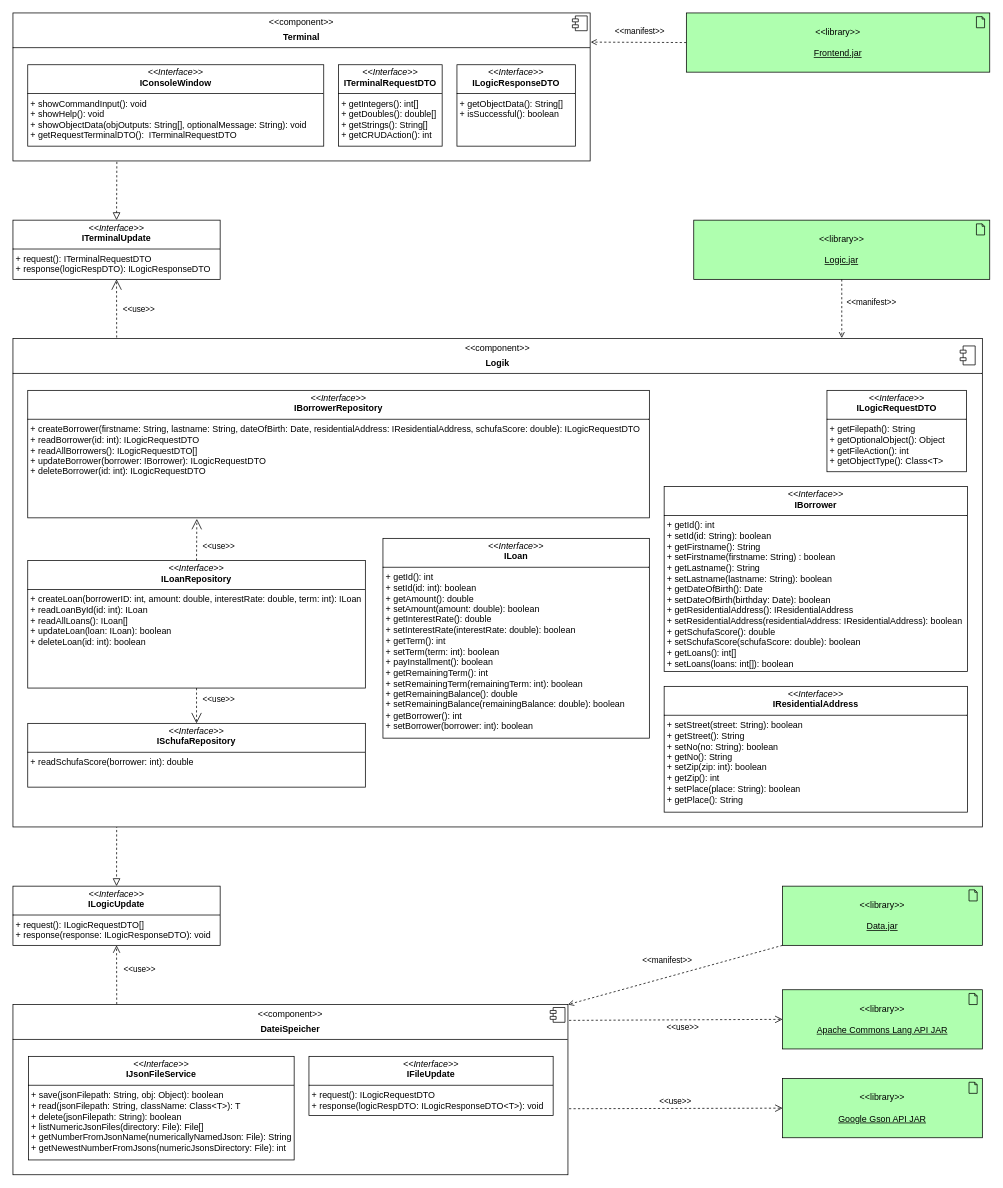
The draw.io diagram artifact/UML_Component_Diagram.drawio in ThirdRealityStudios/avss_praktikum_2026, before the edit. Source tidied: cells renumbered, new cells numbered last; positions are measured from the earlier drawing's top-left corner, leaving out a move shared by most shapes. Both pictures are drawn from the tidied source at 74%, with x=0, y=0 at pixel (13, 13).
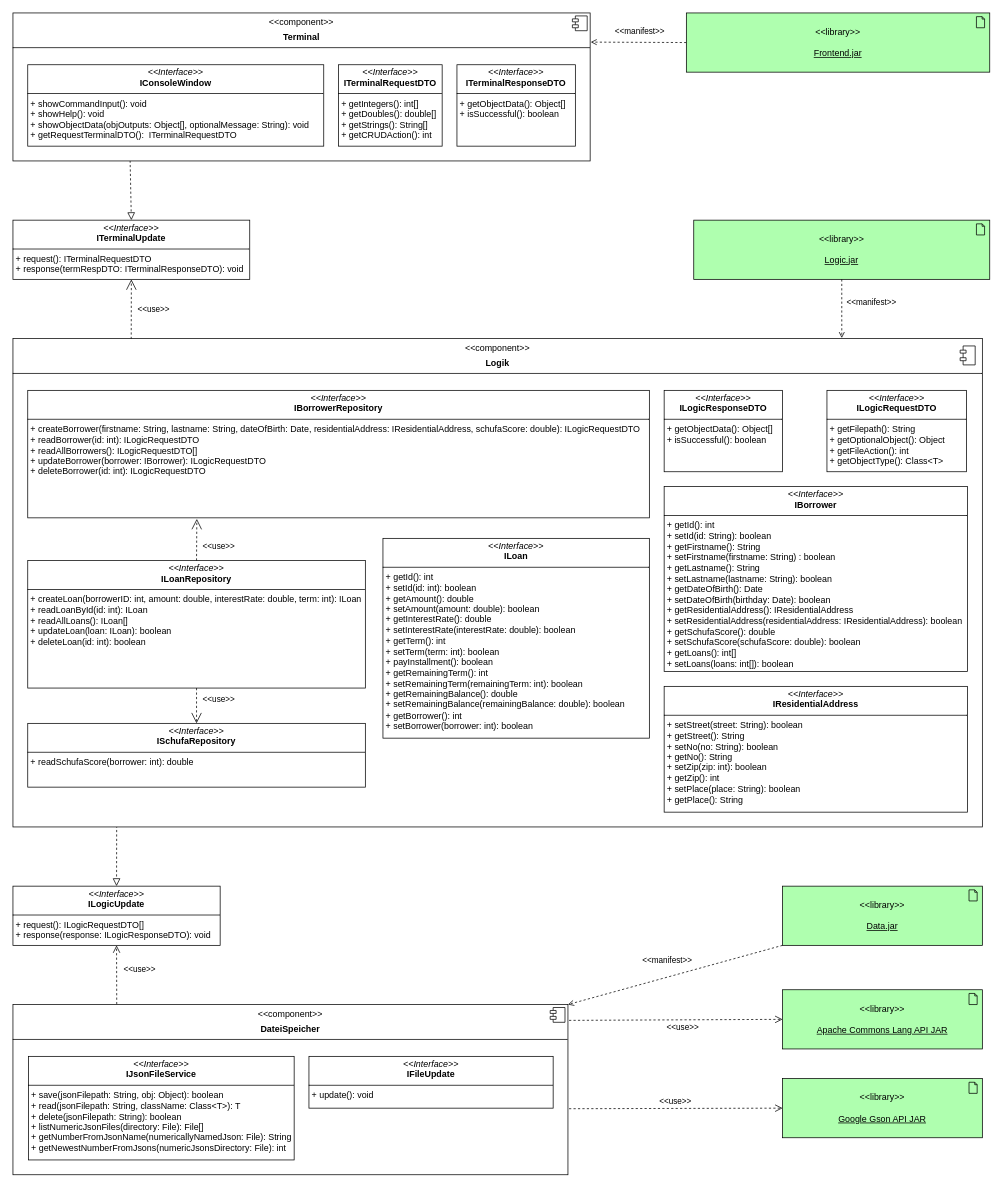
The same diagram, later.

Commit message (it also covers changes not shown here):
Updated UML diagrams

Unchanged cells that the change refers to:
```xml
<mxCell id="18" style="group;" parent="1" vertex="1">
  <mxGeometry y="440" width="1310" height="660" as="geometry" />
</mxCell>
<mxCell id="19" value="&lt;p style=&quot;margin:0px;margin-top:6px;text-align:center;&quot;&gt;&amp;lt;&amp;lt;component&amp;gt;&amp;gt;&lt;/p&gt;&lt;p style=&quot;margin:0px;margin-top:6px;text-align:center;&quot;&gt;&lt;b&gt;Logik&lt;/b&gt;&lt;/p&gt;&lt;hr size=&quot;1&quot; style=&quot;border-style:solid;&quot;&gt;&lt;p style=&quot;margin:0px;margin-left:8px;&quot;&gt;&lt;br&gt;&lt;/p&gt;" style="align=left;overflow=fill;html=1;whiteSpace=wrap;" parent="18" vertex="1">
  <mxGeometry width="1310" height="660" as="geometry" />
</mxCell>
<mxCell id="31" style="group;" parent="1" vertex="1">
  <mxGeometry y="1340" width="750" height="230" as="geometry" />
</mxCell>
<mxCell id="36" value="&lt;p style=&quot;margin:0px;margin-top:6px;text-align:center;&quot;&gt;&amp;lt;&amp;lt;component&amp;gt;&amp;gt;&lt;b&gt;&lt;/b&gt;&lt;/p&gt;&lt;p style=&quot;margin:0px;margin-top:6px;text-align:center;&quot;&gt;&lt;b&gt;Terminal&lt;/b&gt;&lt;/p&gt;&lt;hr size=&quot;1&quot; style=&quot;border-style:solid;&quot;&gt;&lt;p style=&quot;margin:0px;margin-left:8px;&quot;&gt;&lt;br&gt;&lt;/p&gt;" style="align=left;overflow=fill;html=1;whiteSpace=wrap;" parent="1" vertex="1">
  <mxGeometry width="780" height="200" as="geometry" />
</mxCell>
```

The edit, as a diff of the source:
```diff
@@
-    <mxCell id="10" style="endArrow=block;startArrow=none;endFill=0;startFill=0;endSize=8;html=1;verticalAlign=bottom;dashed=1;labelBackgroundColor=none;rounded=0;entryX=0.5;entryY=0;entryDx=0;entryDy=0;exitX=0.18;exitY=1.006;exitDx=0;exitDy=0;exitPerimeter=0;" parent="1" edge="1" source="36" target="16">
+    <mxCell id="10" style="endArrow=block;startArrow=none;endFill=0;startFill=0;endSize=8;html=1;verticalAlign=bottom;dashed=1;labelBackgroundColor=none;rounded=0;entryX=0.5;entryY=0;entryDx=0;entryDy=0;exitX=0.203;exitY=0.997;exitDx=0;exitDy=0;exitPerimeter=0;" parent="1" edge="1" source="36" target="16">
       <mxGeometry relative="1" as="geometry" />
     </mxCell>
@@
-    <mxCell id="16" value="&lt;p style=&quot;margin:0px;margin-top:4px;text-align:center;&quot;&gt;&lt;i&gt;&amp;lt;&amp;lt;Interface&amp;gt;&amp;gt;&lt;/i&gt;&lt;br&gt;&lt;b&gt;ITerminalUpdate&lt;/b&gt;&lt;/p&gt;&lt;hr size=&quot;1&quot; style=&quot;border-style:solid;&quot;&gt;&lt;p style=&quot;margin:0px;margin-left:4px;&quot;&gt;&lt;/p&gt;&lt;p style=&quot;margin:0px;margin-left:4px;&quot;&gt;&lt;span style=&quot;background-color: transparent; color: light-dark(rgb(0, 0, 0), rgb(255, 255, 255));&quot;&gt;+ request(): ITerminalRequestDTO&lt;/span&gt;&lt;/p&gt;&lt;p style=&quot;margin:0px;margin-left:4px;&quot;&gt;&lt;font style=&quot;font-size: 12px;&quot;&gt;&lt;span style=&quot;background-color: transparent; color: light-dark(rgb(0, 0, 0), rgb(255, 255, 255));&quot;&gt;+&amp;nbsp;&lt;/span&gt;&lt;span style=&quot;background-color: rgb(255, 255, 255); text-align: center; text-wrap-mode: nowrap; color: light-dark(rgb(0, 0, 0), rgb(255, 255, 255));&quot;&gt;response(logicRespDTO): ILogicResponseDTO&lt;/span&gt;&lt;/font&gt;&lt;/p&gt;" style="verticalAlign=top;align=left;overflow=fill;html=1;whiteSpace=wrap;" parent="1" vertex="1">
-      <mxGeometry y="280" width="280" height="80" as="geometry" />
+    <mxCell id="16" value="&lt;p style=&quot;margin:0px;margin-top:4px;text-align:center;&quot;&gt;&lt;i&gt;&amp;lt;&amp;lt;Interface&amp;gt;&amp;gt;&lt;/i&gt;&lt;br&gt;&lt;b&gt;ITerminalUpdate&lt;/b&gt;&lt;/p&gt;&lt;hr size=&quot;1&quot; style=&quot;border-style:solid;&quot;&gt;&lt;p style=&quot;margin:0px;margin-left:4px;&quot;&gt;&lt;/p&gt;&lt;p style=&quot;margin:0px;margin-left:4px;&quot;&gt;&lt;span style=&quot;background-color: transparent; color: light-dark(rgb(0, 0, 0), rgb(255, 255, 255));&quot;&gt;+ request(): ITerminalRequestDTO&lt;/span&gt;&lt;/p&gt;&lt;p style=&quot;margin:0px;margin-left:4px;&quot;&gt;&lt;font style=&quot;font-size: 12px;&quot;&gt;&lt;span style=&quot;background-color: transparent; color: light-dark(rgb(0, 0, 0), rgb(255, 255, 255));&quot;&gt;+&amp;nbsp;&lt;/span&gt;&lt;span style=&quot;background-color: rgb(255, 255, 255); text-align: center; text-wrap-mode: nowrap; color: light-dark(rgb(0, 0, 0), rgb(255, 255, 255));&quot;&gt;response(termRespDTO:&amp;nbsp;&lt;/span&gt;&lt;/font&gt;&lt;span style=&quot;background-color: rgb(255, 255, 255); text-align: center; text-wrap-mode: nowrap; color: light-dark(rgb(0, 0, 0), rgb(255, 255, 255));&quot;&gt;ITerminalResponseDTO&lt;/span&gt;&lt;span style=&quot;background-color: rgb(255, 255, 255); color: light-dark(rgb(0, 0, 0), rgb(255, 255, 255)); text-align: center; text-wrap-mode: nowrap;&quot;&gt;): void&lt;/span&gt;&lt;/p&gt;" style="verticalAlign=top;align=left;overflow=fill;html=1;whiteSpace=wrap;" parent="1" vertex="1">
+      <mxGeometry y="280" width="320" height="80" as="geometry" />
     </mxCell>
-    <mxCell id="17" value="&amp;lt;&amp;lt;use&amp;gt;&amp;gt;" style="endArrow=open;endSize=12;dashed=1;html=1;rounded=0;entryX=0.5;entryY=1;entryDx=0;entryDy=0;exitX=0.107;exitY=-0.002;exitDx=0;exitDy=0;exitPerimeter=0;" parent="1" edge="1" source="19" target="16">
+    <mxCell id="17" value="&amp;lt;&amp;lt;use&amp;gt;&amp;gt;" style="endArrow=open;endSize=12;dashed=1;html=1;rounded=0;entryX=0.5;entryY=1;entryDx=0;entryDy=0;exitX=0.122;exitY=0.001;exitDx=0;exitDy=0;exitPerimeter=0;" parent="1" edge="1" source="19" target="16">
       <mxGeometry x="-0.02" y="-30" relative="1" as="geometry" />
     </mxCell>
@@
+    <mxCell id="41" value="&lt;p style=&quot;margin:0px;margin-top:4px;text-align:center;&quot;&gt;&lt;i&gt;&amp;lt;&amp;lt;Interface&amp;gt;&amp;gt;&lt;/i&gt;&lt;br&gt;&lt;b&gt;ILogicResponseDTO&lt;/b&gt;&lt;/p&gt;&lt;hr size=&quot;1&quot; style=&quot;border-style:solid;&quot;&gt;&lt;p style=&quot;margin:0px;margin-left:4px;&quot;&gt;&lt;/p&gt;&lt;p style=&quot;margin:0px;margin-left:4px;&quot;&gt;&lt;span style=&quot;background-color: transparent; color: light-dark(rgb(0, 0, 0), rgb(255, 255, 255));&quot;&gt;+ getObjectData(): Object[]&lt;/span&gt;&lt;/p&gt;&lt;p style=&quot;margin:0px;margin-left:4px;&quot;&gt;&lt;span style=&quot;background-color: transparent; color: light-dark(rgb(0, 0, 0), rgb(255, 255, 255));&quot;&gt;+ isSuccessful(): boolean&lt;/span&gt;&lt;/p&gt;" style="verticalAlign=top;align=left;overflow=fill;html=1;whiteSpace=wrap;" parent="18" vertex="1">
+      <mxGeometry x="880" y="70" width="160" height="110" as="geometry" />
+    </mxCell>
@@
-    <mxCell id="35" value="&lt;p style=&quot;margin:0px;margin-top:4px;text-align:center;&quot;&gt;&lt;i&gt;&amp;lt;&amp;lt;Interface&amp;gt;&amp;gt;&lt;/i&gt;&lt;br&gt;&lt;b&gt;IFileUpdate&lt;/b&gt;&lt;/p&gt;&lt;hr size=&quot;1&quot; style=&quot;border-style:solid;&quot;&gt;&lt;p style=&quot;margin:0px;margin-left:4px;&quot;&gt;&lt;/p&gt;&lt;p style=&quot;margin:0px;margin-left:4px;&quot;&gt;&lt;span style=&quot;background-color: transparent; color: light-dark(rgb(0, 0, 0), rgb(255, 255, 255));&quot;&gt;+ request():&amp;nbsp;&lt;/span&gt;&lt;span style=&quot;background-color: transparent;&quot;&gt;ILogicRequestDTO&lt;/span&gt;&lt;span style=&quot;background-color: transparent; color: light-dark(rgb(0, 0, 0), rgb(255, 255, 255));&quot;&gt;&lt;br&gt;&lt;/span&gt;&lt;/p&gt;&lt;p style=&quot;margin:0px;margin-left:4px;&quot;&gt;&lt;span style=&quot;background-color: transparent; color: light-dark(rgb(0, 0, 0), rgb(255, 255, 255));&quot;&gt;+ response(&lt;/span&gt;&lt;span style=&quot;background-color: transparent; color: light-dark(rgb(0, 0, 0), rgb(255, 255, 255));&quot;&gt;logicRespDTO: ILogicResponseDTO&amp;lt;T&amp;gt;&lt;/span&gt;&lt;span style=&quot;background-color: transparent; color: light-dark(rgb(0, 0, 0), rgb(255, 255, 255));&quot;&gt;): void&lt;/span&gt;&lt;/p&gt;" style="verticalAlign=top;align=left;overflow=fill;html=1;whiteSpace=wrap;" parent="31" vertex="1">
-      <mxGeometry x="400" y="70" width="330" height="80" as="geometry" />
+    <mxCell id="35" value="&lt;p style=&quot;margin:0px;margin-top:4px;text-align:center;&quot;&gt;&lt;i&gt;&amp;lt;&amp;lt;Interface&amp;gt;&amp;gt;&lt;/i&gt;&lt;br&gt;&lt;b&gt;IFileUpdate&lt;/b&gt;&lt;/p&gt;&lt;hr size=&quot;1&quot; style=&quot;border-style:solid;&quot;&gt;&lt;p style=&quot;margin:0px;margin-left:4px;&quot;&gt;&lt;/p&gt;&lt;p style=&quot;margin:0px;margin-left:4px;&quot;&gt;&lt;span style=&quot;background-color: transparent; color: light-dark(rgb(0, 0, 0), rgb(255, 255, 255));&quot;&gt;+ update(): void&lt;/span&gt;&lt;/p&gt;" style="verticalAlign=top;align=left;overflow=fill;html=1;whiteSpace=wrap;" parent="31" vertex="1">
+      <mxGeometry x="400" y="70" width="330" height="70" as="geometry" />
     </mxCell>
@@
-    <mxCell id="38" value="&lt;p style=&quot;margin:0px;margin-top:4px;text-align:center;&quot;&gt;&lt;i&gt;&amp;lt;&amp;lt;Interface&amp;gt;&amp;gt;&lt;/i&gt;&lt;br&gt;&lt;b&gt;IConsoleWindow&lt;/b&gt;&lt;/p&gt;&lt;hr size=&quot;1&quot; style=&quot;border-style:solid;&quot;&gt;&lt;p style=&quot;margin:0px;margin-left:4px;&quot;&gt;&lt;/p&gt;&lt;p style=&quot;margin:0px;margin-left:4px;&quot;&gt;+ showCommandInput(): void&lt;/p&gt;&lt;p style=&quot;margin:0px;margin-left:4px;&quot;&gt;+ showHelp(): void&lt;/p&gt;&lt;p style=&quot;margin:0px;margin-left:4px;&quot;&gt;&lt;span style=&quot;background-color: transparent; color: light-dark(rgb(0, 0, 0), rgb(255, 255, 255));&quot;&gt;+ showObjectData(objOutputs: String[], optionalMessage: String): void&lt;/span&gt;&lt;/p&gt;&lt;p style=&quot;margin:0px;margin-left:4px;&quot;&gt;&lt;span style=&quot;background-color: transparent; color: light-dark(rgb(0, 0, 0), rgb(255, 255, 255));&quot;&gt;+ getRequestTerminalDTO():&amp;nbsp; ITerminalRequestDTO&lt;/span&gt;&lt;/p&gt;" style="verticalAlign=top;align=left;overflow=fill;html=1;whiteSpace=wrap;" parent="1" vertex="1">
+    <mxCell id="38" value="&lt;p style=&quot;margin:0px;margin-top:4px;text-align:center;&quot;&gt;&lt;i&gt;&amp;lt;&amp;lt;Interface&amp;gt;&amp;gt;&lt;/i&gt;&lt;br&gt;&lt;b&gt;IConsoleWindow&lt;/b&gt;&lt;/p&gt;&lt;hr size=&quot;1&quot; style=&quot;border-style:solid;&quot;&gt;&lt;p style=&quot;margin:0px;margin-left:4px;&quot;&gt;&lt;/p&gt;&lt;p style=&quot;margin:0px;margin-left:4px;&quot;&gt;+ showCommandInput(): void&lt;/p&gt;&lt;p style=&quot;margin:0px;margin-left:4px;&quot;&gt;+ showHelp(): void&lt;/p&gt;&lt;p style=&quot;margin:0px;margin-left:4px;&quot;&gt;&lt;span style=&quot;background-color: transparent; color: light-dark(rgb(0, 0, 0), rgb(255, 255, 255));&quot;&gt;+ showObjectData(objOutputs: Object[], optionalMessage: String): void&lt;/span&gt;&lt;/p&gt;&lt;p style=&quot;margin:0px;margin-left:4px;&quot;&gt;&lt;span style=&quot;background-color: transparent; color: light-dark(rgb(0, 0, 0), rgb(255, 255, 255));&quot;&gt;+ getRequestTerminalDTO():&amp;nbsp; ITerminalRequestDTO&lt;/span&gt;&lt;/p&gt;" style="verticalAlign=top;align=left;overflow=fill;html=1;whiteSpace=wrap;" parent="1" vertex="1">
       <mxGeometry x="20" y="70" width="400" height="110" as="geometry" />
     </mxCell>
@@
-    <mxCell id="40" value="&lt;p style=&quot;margin:0px;margin-top:4px;text-align:center;&quot;&gt;&lt;i&gt;&amp;lt;&amp;lt;Interface&amp;gt;&amp;gt;&lt;/i&gt;&lt;br&gt;&lt;b&gt;ILogicResponseDTO&lt;/b&gt;&lt;/p&gt;&lt;hr size=&quot;1&quot; style=&quot;border-style:solid;&quot;&gt;&lt;p style=&quot;margin:0px;margin-left:4px;&quot;&gt;&lt;/p&gt;&lt;p style=&quot;margin:0px;margin-left:4px;&quot;&gt;&lt;span style=&quot;background-color: transparent; color: light-dark(rgb(0, 0, 0), rgb(255, 255, 255));&quot;&gt;+ getObjectData(): String[]&lt;/span&gt;&lt;/p&gt;&lt;p style=&quot;margin:0px;margin-left:4px;&quot;&gt;&lt;span style=&quot;background-color: transparent; color: light-dark(rgb(0, 0, 0), rgb(255, 255, 255));&quot;&gt;+ isSuccessful(): boolean&lt;/span&gt;&lt;/p&gt;" style="verticalAlign=top;align=left;overflow=fill;html=1;whiteSpace=wrap;" parent="1" vertex="1">
+    <mxCell id="40" value="&lt;p style=&quot;margin:0px;margin-top:4px;text-align:center;&quot;&gt;&lt;i&gt;&amp;lt;&amp;lt;Interface&amp;gt;&amp;gt;&lt;/i&gt;&lt;br&gt;&lt;b&gt;ITerminalResponseDTO&lt;/b&gt;&lt;/p&gt;&lt;hr size=&quot;1&quot; style=&quot;border-style:solid;&quot;&gt;&lt;p style=&quot;margin:0px;margin-left:4px;&quot;&gt;&lt;/p&gt;&lt;p style=&quot;margin:0px;margin-left:4px;&quot;&gt;&lt;span style=&quot;background-color: transparent; color: light-dark(rgb(0, 0, 0), rgb(255, 255, 255));&quot;&gt;+ getObjectData(): Object[]&lt;/span&gt;&lt;/p&gt;&lt;p style=&quot;margin:0px;margin-left:4px;&quot;&gt;&lt;span style=&quot;background-color: transparent; color: light-dark(rgb(0, 0, 0), rgb(255, 255, 255));&quot;&gt;+ isSuccessful(): boolean&lt;/span&gt;&lt;/p&gt;" style="verticalAlign=top;align=left;overflow=fill;html=1;whiteSpace=wrap;" parent="1" vertex="1">
       <mxGeometry x="600" y="70" width="160" height="110" as="geometry" />
     </mxCell>
```
